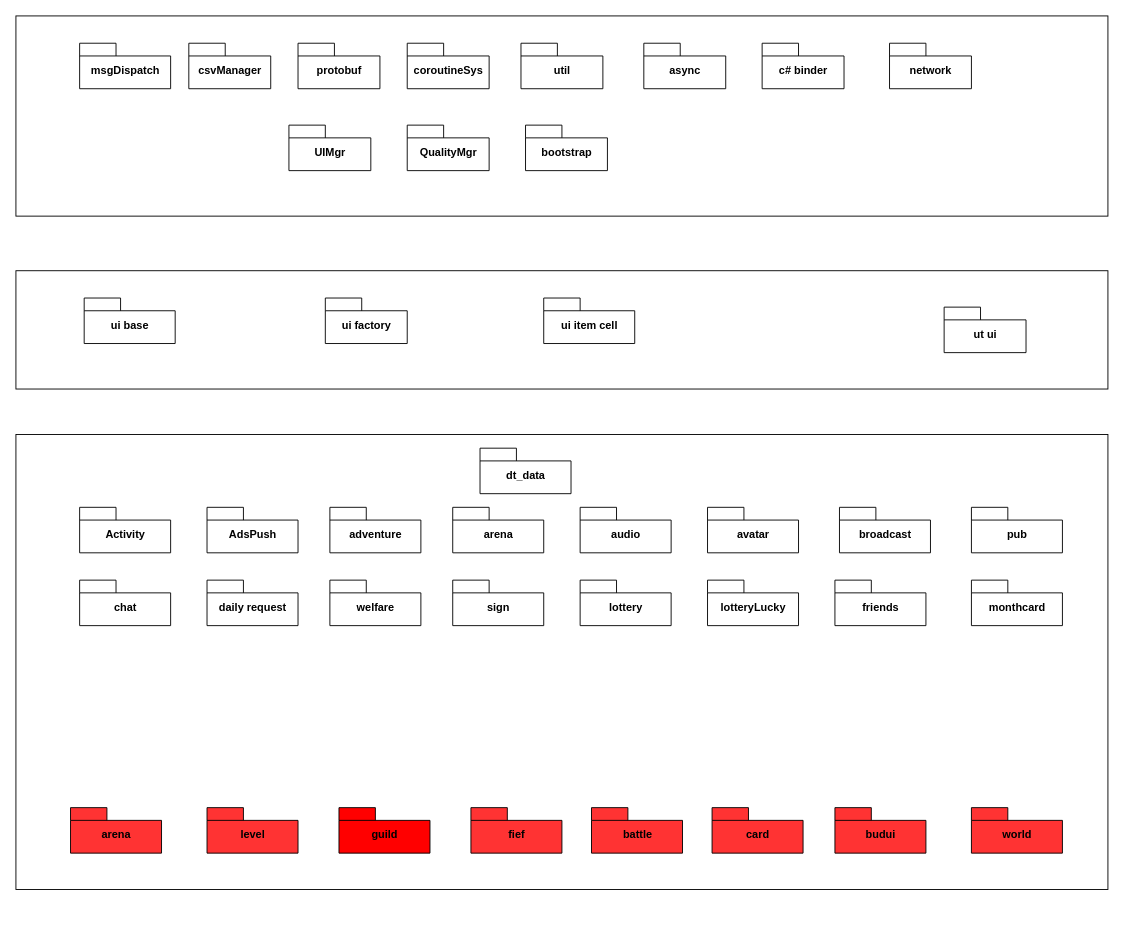
This is frame.drawio from qiaoqiaoxiong/diagram, a draw.io file, before an edit. Source tidied: cells renumbered, new cells numbered last; positions are measured from the earlier drawing's top-left corner, leaving out a move shared by most shapes. Both pictures are drawn from the tidied source at 91%, with x=0, y=0 at pixel (15, 15).
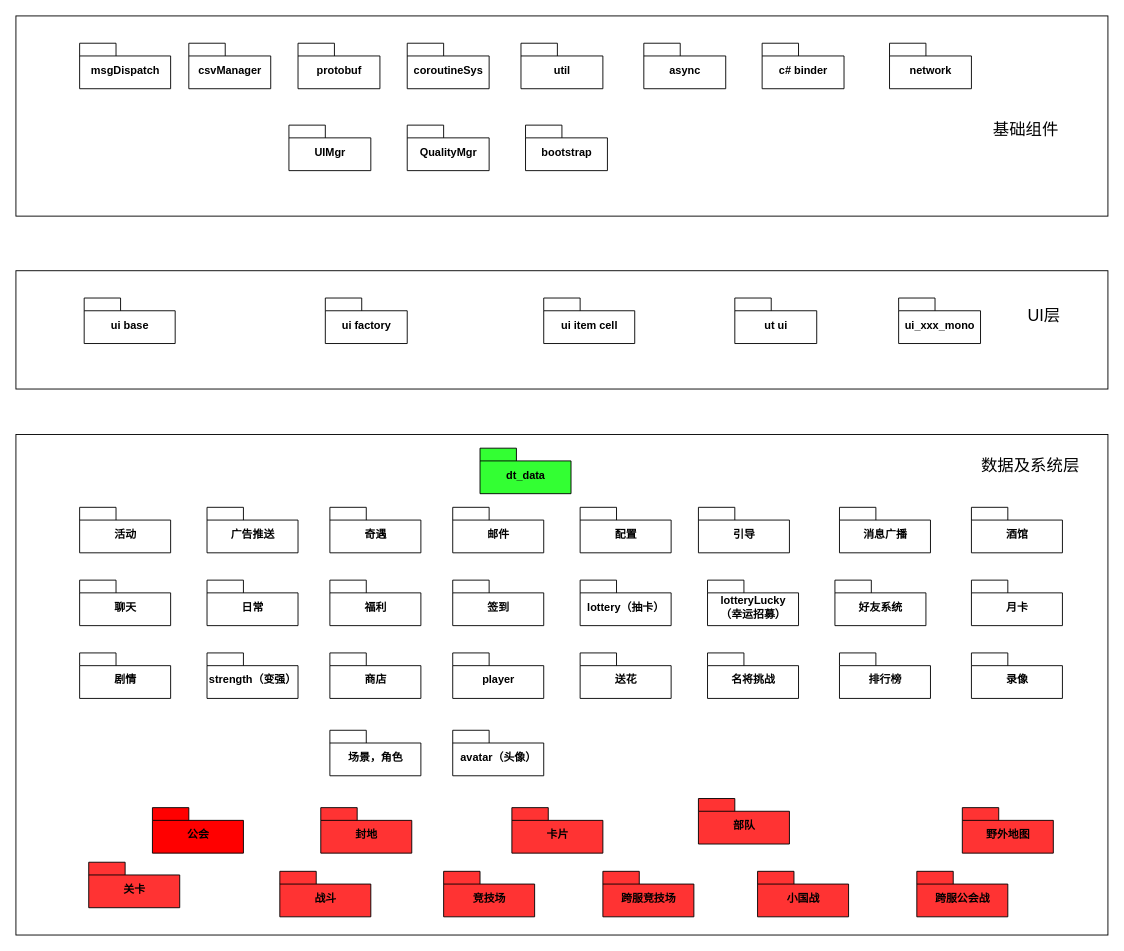
After the change.

What changed in the source:
```diff
@@
     <mxCell id="16" value="ut ui" style="shape=folder;fontStyle=1;spacingTop=10;tabWidth=40;tabHeight=14;tabPosition=left;html=1;" parent="1" vertex="1">
-      <mxGeometry x="1020" y="320" width="90" height="50" as="geometry" />
+      <mxGeometry x="790" y="310" width="90" height="50" as="geometry" />
     </mxCell>
@@
     <mxCell id="19" style="rounded=0;whiteSpace=wrap;html=1;" parent="1" vertex="1">
-      <mxGeometry y="460" width="1200" height="500" as="geometry" />
+      <mxGeometry y="460" width="1200" height="550" as="geometry" />
     </mxCell>
-    <mxCell id="20" value="dt_data&lt;br&gt;" style="shape=folder;fontStyle=1;spacingTop=10;tabWidth=40;tabHeight=14;tabPosition=left;html=1;" parent="1" vertex="1">
+    <mxCell id="20" value="dt_data&lt;br&gt;" style="shape=folder;fontStyle=1;spacingTop=10;tabWidth=40;tabHeight=14;tabPosition=left;html=1;fillColor=#33FF33;" parent="1" vertex="1">
       <mxGeometry x="510" y="475" width="100" height="50" as="geometry" />
     </mxCell>
-    <mxCell id="21" value="Activity&lt;br&gt;" style="shape=folder;fontStyle=1;spacingTop=10;tabWidth=40;tabHeight=14;tabPosition=left;html=1;" parent="1" vertex="1">
+    <mxCell id="21" value="活动&lt;br&gt;" style="shape=folder;fontStyle=1;spacingTop=10;tabWidth=40;tabHeight=14;tabPosition=left;html=1;" parent="1" vertex="1">
       <mxGeometry x="70" y="540" width="100" height="50" as="geometry" />
     </mxCell>
-    <mxCell id="22" value="AdsPush" style="shape=folder;fontStyle=1;spacingTop=10;tabWidth=40;tabHeight=14;tabPosition=left;html=1;" parent="1" vertex="1">
+    <mxCell id="22" value="广告推送" style="shape=folder;fontStyle=1;spacingTop=10;tabWidth=40;tabHeight=14;tabPosition=left;html=1;" parent="1" vertex="1">
       <mxGeometry x="210" y="540" width="100" height="50" as="geometry" />
     </mxCell>
-    <mxCell id="23" value="adventure" style="shape=folder;fontStyle=1;spacingTop=10;tabWidth=40;tabHeight=14;tabPosition=left;html=1;" parent="1" vertex="1">
+    <mxCell id="23" value="奇遇" style="shape=folder;fontStyle=1;spacingTop=10;tabWidth=40;tabHeight=14;tabPosition=left;html=1;" parent="1" vertex="1">
       <mxGeometry x="345" y="540" width="100" height="50" as="geometry" />
     </mxCell>
-    <mxCell id="24" value="arena" style="shape=folder;fontStyle=1;spacingTop=10;tabWidth=40;tabHeight=14;tabPosition=left;html=1;" parent="1" vertex="1">
+    <mxCell id="24" value="邮件" style="shape=folder;fontStyle=1;spacingTop=10;tabWidth=40;tabHeight=14;tabPosition=left;html=1;" parent="1" vertex="1">
       <mxGeometry x="480" y="540" width="100" height="50" as="geometry" />
     </mxCell>
-    <mxCell id="25" value="audio" style="shape=folder;fontStyle=1;spacingTop=10;tabWidth=40;tabHeight=14;tabPosition=left;html=1;" parent="1" vertex="1">
+    <mxCell id="25" value="配置" style="shape=folder;fontStyle=1;spacingTop=10;tabWidth=40;tabHeight=14;tabPosition=left;html=1;" parent="1" vertex="1">
       <mxGeometry x="620" y="540" width="100" height="50" as="geometry" />
     </mxCell>
-    <mxCell id="26" value="avatar" style="shape=folder;fontStyle=1;spacingTop=10;tabWidth=40;tabHeight=14;tabPosition=left;html=1;" parent="1" vertex="1">
-      <mxGeometry x="760" y="540" width="100" height="50" as="geometry" />
+    <mxCell id="26" value="avatar（头像）" style="shape=folder;fontStyle=1;spacingTop=10;tabWidth=40;tabHeight=14;tabPosition=left;html=1;" parent="1" vertex="1">
+      <mxGeometry x="480" y="785" width="100" height="50" as="geometry" />
     </mxCell>
-    <mxCell id="27" value="battle" style="shape=folder;fontStyle=1;spacingTop=10;tabWidth=40;tabHeight=14;tabPosition=left;html=1;fillColor=#FF3333;" parent="1" vertex="1">
-      <mxGeometry x="632.5" y="870" width="100" height="50" as="geometry" />
+    <mxCell id="27" value="战斗" style="shape=folder;fontStyle=1;spacingTop=10;tabWidth=40;tabHeight=14;tabPosition=left;html=1;fillColor=#FF3333;" parent="1" vertex="1">
+      <mxGeometry x="290" y="940" width="100" height="50" as="geometry" />
     </mxCell>
-    <mxCell id="28" value="broadcast" style="shape=folder;fontStyle=1;spacingTop=10;tabWidth=40;tabHeight=14;tabPosition=left;html=1;" parent="1" vertex="1">
+    <mxCell id="28" value="消息广播" style="shape=folder;fontStyle=1;spacingTop=10;tabWidth=40;tabHeight=14;tabPosition=left;html=1;" parent="1" vertex="1">
       <mxGeometry x="905" y="540" width="100" height="50" as="geometry" />
     </mxCell>
-    <mxCell id="29" value="budui" style="shape=folder;fontStyle=1;spacingTop=10;tabWidth=40;tabHeight=14;tabPosition=left;html=1;fillColor=#FF3333;" parent="1" vertex="1">
-      <mxGeometry x="900" y="870" width="100" height="50" as="geometry" />
+    <mxCell id="29" value="部队" style="shape=folder;fontStyle=1;spacingTop=10;tabWidth=40;tabHeight=14;tabPosition=left;html=1;fillColor=#FF3333;" parent="1" vertex="1">
+      <mxGeometry x="750" y="860" width="100" height="50" as="geometry" />
     </mxCell>
-    <mxCell id="30" value="card" style="shape=folder;fontStyle=1;spacingTop=10;tabWidth=40;tabHeight=14;tabPosition=left;html=1;fillColor=#FF3333;" parent="1" vertex="1">
-      <mxGeometry x="765" y="870" width="100" height="50" as="geometry" />
+    <mxCell id="30" value="卡片" style="shape=folder;fontStyle=1;spacingTop=10;tabWidth=40;tabHeight=14;tabPosition=left;html=1;fillColor=#FF3333;" parent="1" vertex="1">
+      <mxGeometry x="545" y="870" width="100" height="50" as="geometry" />
     </mxCell>
-    <mxCell id="31" value="chat" style="shape=folder;fontStyle=1;spacingTop=10;tabWidth=40;tabHeight=14;tabPosition=left;html=1;" parent="1" vertex="1">
+    <mxCell id="31" value="聊天" style="shape=folder;fontStyle=1;spacingTop=10;tabWidth=40;tabHeight=14;tabPosition=left;html=1;" parent="1" vertex="1">
       <mxGeometry x="70" y="620" width="100" height="50" as="geometry" />
     </mxCell>
-    <mxCell id="32" value="daily request" style="shape=folder;fontStyle=1;spacingTop=10;tabWidth=40;tabHeight=14;tabPosition=left;html=1;" parent="1" vertex="1">
+    <mxCell id="32" value="日常" style="shape=folder;fontStyle=1;spacingTop=10;tabWidth=40;tabHeight=14;tabPosition=left;html=1;" parent="1" vertex="1">
       <mxGeometry x="210" y="620" width="100" height="50" as="geometry" />
     </mxCell>
-    <mxCell id="33" value="welfare" style="shape=folder;fontStyle=1;spacingTop=10;tabWidth=40;tabHeight=14;tabPosition=left;html=1;" parent="1" vertex="1">
+    <mxCell id="33" value="福利" style="shape=folder;fontStyle=1;spacingTop=10;tabWidth=40;tabHeight=14;tabPosition=left;html=1;" parent="1" vertex="1">
       <mxGeometry x="345" y="620" width="100" height="50" as="geometry" />
     </mxCell>
-    <mxCell id="34" value="sign" style="shape=folder;fontStyle=1;spacingTop=10;tabWidth=40;tabHeight=14;tabPosition=left;html=1;" parent="1" vertex="1">
+    <mxCell id="34" value="签到" style="shape=folder;fontStyle=1;spacingTop=10;tabWidth=40;tabHeight=14;tabPosition=left;html=1;" parent="1" vertex="1">
       <mxGeometry x="480" y="620" width="100" height="50" as="geometry" />
     </mxCell>
-    <mxCell id="35" value="lottery" style="shape=folder;fontStyle=1;spacingTop=10;tabWidth=40;tabHeight=14;tabPosition=left;html=1;" parent="1" vertex="1">
+    <mxCell id="35" value="lottery（抽卡）" style="shape=folder;fontStyle=1;spacingTop=10;tabWidth=40;tabHeight=14;tabPosition=left;html=1;" parent="1" vertex="1">
       <mxGeometry x="620" y="620" width="100" height="50" as="geometry" />
     </mxCell>
-    <mxCell id="36" value="lotteryLucky" style="shape=folder;fontStyle=1;spacingTop=10;tabWidth=40;tabHeight=14;tabPosition=left;html=1;" parent="1" vertex="1">
+    <mxCell id="36" value="lotteryLucky&lt;br&gt;（幸运招募）" style="shape=folder;fontStyle=1;spacingTop=10;tabWidth=40;tabHeight=14;tabPosition=left;html=1;" parent="1" vertex="1">
       <mxGeometry x="760" y="620" width="100" height="50" as="geometry" />
     </mxCell>
-    <mxCell id="37" value="level" style="shape=folder;fontStyle=1;spacingTop=10;tabWidth=40;tabHeight=14;tabPosition=left;html=1;fillColor=#FF3333;" parent="1" vertex="1">
-      <mxGeometry x="210" y="870" width="100" height="50" as="geometry" />
+    <mxCell id="37" value="关卡" style="shape=folder;fontStyle=1;spacingTop=10;tabWidth=40;tabHeight=14;tabPosition=left;html=1;fillColor=#FF3333;" parent="1" vertex="1">
+      <mxGeometry x="80" y="930" width="100" height="50" as="geometry" />
     </mxCell>
-    <mxCell id="38" value="monthcard" style="shape=folder;fontStyle=1;spacingTop=10;tabWidth=40;tabHeight=14;tabPosition=left;html=1;" parent="1" vertex="1">
+    <mxCell id="38" value="月卡" style="shape=folder;fontStyle=1;spacingTop=10;tabWidth=40;tabHeight=14;tabPosition=left;html=1;" parent="1" vertex="1">
       <mxGeometry x="1050" y="620" width="100" height="50" as="geometry" />
     </mxCell>
-    <mxCell id="39" value="guild" style="shape=folder;fontStyle=1;spacingTop=10;tabWidth=40;tabHeight=14;tabPosition=left;html=1;fillColor=#FF0000;" parent="1" vertex="1">
-      <mxGeometry x="355" y="870" width="100" height="50" as="geometry" />
+    <mxCell id="39" value="公会" style="shape=folder;fontStyle=1;spacingTop=10;tabWidth=40;tabHeight=14;tabPosition=left;html=1;fillColor=#FF0000;" parent="1" vertex="1">
+      <mxGeometry x="150" y="870" width="100" height="50" as="geometry" />
     </mxCell>
-    <mxCell id="40" value="fief" style="shape=folder;fontStyle=1;spacingTop=10;tabWidth=40;tabHeight=14;tabPosition=left;html=1;fillColor=#FF3333;" parent="1" vertex="1">
-      <mxGeometry x="500" y="870" width="100" height="50" as="geometry" />
+    <mxCell id="40" value="封地" style="shape=folder;fontStyle=1;spacingTop=10;tabWidth=40;tabHeight=14;tabPosition=left;html=1;fillColor=#FF3333;" parent="1" vertex="1">
+      <mxGeometry x="335" y="870" width="100" height="50" as="geometry" />
     </mxCell>
-    <mxCell id="41" value="friends&lt;br&gt;" style="shape=folder;fontStyle=1;spacingTop=10;tabWidth=40;tabHeight=14;tabPosition=left;html=1;" parent="1" vertex="1">
+    <mxCell id="41" value="好友系统&lt;br&gt;" style="shape=folder;fontStyle=1;spacingTop=10;tabWidth=40;tabHeight=14;tabPosition=left;html=1;" parent="1" vertex="1">
       <mxGeometry x="900" y="620" width="100" height="50" as="geometry" />
     </mxCell>
-    <mxCell id="42" value="world" style="shape=folder;fontStyle=1;spacingTop=10;tabWidth=40;tabHeight=14;tabPosition=left;html=1;fillColor=#FF3333;" parent="1" vertex="1">
-      <mxGeometry x="1050" y="870" width="100" height="50" as="geometry" />
+    <mxCell id="42" value="野外地图" style="shape=folder;fontStyle=1;spacingTop=10;tabWidth=40;tabHeight=14;tabPosition=left;html=1;fillColor=#FF3333;" parent="1" vertex="1">
+      <mxGeometry x="1040" y="870" width="100" height="50" as="geometry" />
     </mxCell>
-    <mxCell id="43" value="arena" style="shape=folder;fontStyle=1;spacingTop=10;tabWidth=40;tabHeight=14;tabPosition=left;html=1;fillColor=#FF3333;" parent="1" vertex="1">
-      <mxGeometry x="60" y="870" width="100" height="50" as="geometry" />
+    <mxCell id="43" value="竞技场" style="shape=folder;fontStyle=1;spacingTop=10;tabWidth=40;tabHeight=14;tabPosition=left;html=1;fillColor=#FF3333;" parent="1" vertex="1">
+      <mxGeometry x="470" y="940" width="100" height="50" as="geometry" />
     </mxCell>
-    <mxCell id="44" value="pub" style="shape=folder;fontStyle=1;spacingTop=10;tabWidth=40;tabHeight=14;tabPosition=left;html=1;" parent="1" vertex="1">
+    <mxCell id="44" value="酒馆" style="shape=folder;fontStyle=1;spacingTop=10;tabWidth=40;tabHeight=14;tabPosition=left;html=1;" parent="1" vertex="1">
       <mxGeometry x="1050" y="540" width="100" height="50" as="geometry" />
     </mxCell>
+    <mxCell id="45" value="剧情" style="shape=folder;fontStyle=1;spacingTop=10;tabWidth=40;tabHeight=14;tabPosition=left;html=1;" parent="1" vertex="1">
+      <mxGeometry x="70" y="700" width="100" height="50" as="geometry" />
+    </mxCell>
+    <mxCell id="46" value="strength（变强）" style="shape=folder;fontStyle=1;spacingTop=10;tabWidth=40;tabHeight=14;tabPosition=left;html=1;" parent="1" vertex="1">
+      <mxGeometry x="210" y="700" width="100" height="50" as="geometry" />
+    </mxCell>
+    <mxCell id="47" value="名将挑战" style="shape=folder;fontStyle=1;spacingTop=10;tabWidth=40;tabHeight=14;tabPosition=left;html=1;" parent="1" vertex="1">
+      <mxGeometry x="760" y="700" width="100" height="50" as="geometry" />
+    </mxCell>
+    <mxCell id="48" value="player" style="shape=folder;fontStyle=1;spacingTop=10;tabWidth=40;tabHeight=14;tabPosition=left;html=1;" parent="1" vertex="1">
+      <mxGeometry x="480" y="700" width="100" height="50" as="geometry" />
+    </mxCell>
+    <mxCell id="49" value="送花" style="shape=folder;fontStyle=1;spacingTop=10;tabWidth=40;tabHeight=14;tabPosition=left;html=1;" parent="1" vertex="1">
+      <mxGeometry x="620" y="700" width="100" height="50" as="geometry" />
+    </mxCell>
+    <mxCell id="50" value="引导" style="shape=folder;fontStyle=1;spacingTop=10;tabWidth=40;tabHeight=14;tabPosition=left;html=1;" parent="1" vertex="1">
+      <mxGeometry x="750" y="540" width="100" height="50" as="geometry" />
+    </mxCell>
+    <mxCell id="51" value="商店" style="shape=folder;fontStyle=1;spacingTop=10;tabWidth=40;tabHeight=14;tabPosition=left;html=1;" parent="1" vertex="1">
+      <mxGeometry x="345" y="700" width="100" height="50" as="geometry" />
+    </mxCell>
+    <mxCell id="52" value="排行榜" style="shape=folder;fontStyle=1;spacingTop=10;tabWidth=40;tabHeight=14;tabPosition=left;html=1;" parent="1" vertex="1">
+      <mxGeometry x="905" y="700" width="100" height="50" as="geometry" />
+    </mxCell>
+    <mxCell id="53" value="小国战" style="shape=folder;fontStyle=1;spacingTop=10;tabWidth=40;tabHeight=14;tabPosition=left;html=1;fillColor=#FF3333;" parent="1" vertex="1">
+      <mxGeometry x="815" y="940" width="100" height="50" as="geometry" />
+    </mxCell>
+    <mxCell id="54" value="跨服公会战" style="shape=folder;fontStyle=1;spacingTop=10;tabWidth=40;tabHeight=14;tabPosition=left;html=1;fillColor=#FF3333;" parent="1" vertex="1">
+      <mxGeometry x="990" y="940" width="100" height="50" as="geometry" />
+    </mxCell>
+    <mxCell id="55" value="录像" style="shape=folder;fontStyle=1;spacingTop=10;tabWidth=40;tabHeight=14;tabPosition=left;html=1;" parent="1" vertex="1">
+      <mxGeometry x="1050" y="700" width="100" height="50" as="geometry" />
+    </mxCell>
+    <mxCell id="56" value="跨服竞技场" style="shape=folder;fontStyle=1;spacingTop=10;tabWidth=40;tabHeight=14;tabPosition=left;html=1;fillColor=#FF3333;" parent="1" vertex="1">
+      <mxGeometry x="645" y="940" width="100" height="50" as="geometry" />
+    </mxCell>
+    <mxCell id="57" value="场景，角色" style="shape=folder;fontStyle=1;spacingTop=10;tabWidth=40;tabHeight=14;tabPosition=left;html=1;" parent="1" vertex="1">
+      <mxGeometry x="345" y="785" width="100" height="50" as="geometry" />
+    </mxCell>
+    <mxCell id="58" value="&lt;font style=&quot;font-size: 18px&quot;&gt;基础组件&lt;/font&gt;" style="text;html=1;strokeColor=none;fillColor=none;align=center;verticalAlign=middle;whiteSpace=wrap;rounded=0;" parent="1" vertex="1">
+      <mxGeometry x="1050" y="105" width="120" height="40" as="geometry" />
+    </mxCell>
+    <mxCell id="59" value="ui_xxx_mono" style="shape=folder;fontStyle=1;spacingTop=10;tabWidth=40;tabHeight=14;tabPosition=left;html=1;" parent="1" vertex="1">
+      <mxGeometry x="970" y="310" width="90" height="50" as="geometry" />
+    </mxCell>
+    <mxCell id="60" value="&lt;font style=&quot;font-size: 18px&quot;&gt;UI层&lt;/font&gt;" style="text;html=1;strokeColor=none;fillColor=none;align=center;verticalAlign=middle;whiteSpace=wrap;rounded=0;" parent="1" vertex="1">
+      <mxGeometry x="1070" y="310" width="120" height="40" as="geometry" />
+    </mxCell>
+    <mxCell id="61" value="&lt;font style=&quot;font-size: 18px&quot;&gt;数据及系统层&lt;/font&gt;" style="text;html=1;strokeColor=none;fillColor=none;align=center;verticalAlign=middle;whiteSpace=wrap;rounded=0;" parent="1" vertex="1">
+      <mxGeometry x="1050" y="480" width="130" height="30" as="geometry" />
+    </mxCell>
```
